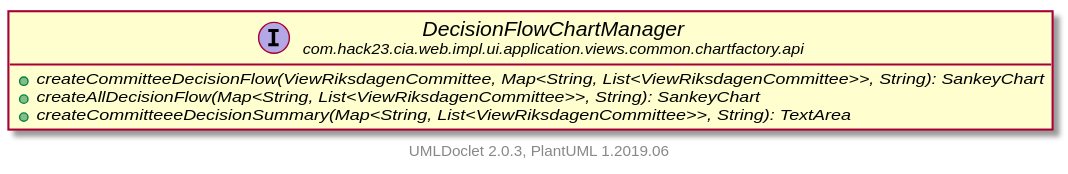
Earlier version of the PlantUML export testapidocs/com/hack23/cia/web/impl/ui/application/views/common/chartfactory/api/DecisionFlowChartManager.svg (Hack23/cia). The source it was exported from:
```plantuml
@startuml
    set namespaceSeparator none
    hide empty fields
    hide empty methods

    interface "<size:14>DecisionFlowChartManager\n<size:10>com.hack23.cia.web.impl.ui.application.views.common.chartfactory.api" as com.hack23.cia.web.impl.ui.application.views.common.chartfactory.api.DecisionFlowChartManager [[DecisionFlowChartManager.html]] {
        {abstract} +createCommitteeDecisionFlow(ViewRiksdagenCommittee, Map<String, List<ViewRiksdagenCommittee>>, String): SankeyChart
        {abstract} +createAllDecisionFlow(Map<String, List<ViewRiksdagenCommittee>>, String): SankeyChart
        {abstract} +createCommitteeeDecisionSummary(Map<String, List<ViewRiksdagenCommittee>>, String): TextArea
    }

    center footer UMLDoclet 2.0.3, PlantUML 1.2019.06
@enduml
```
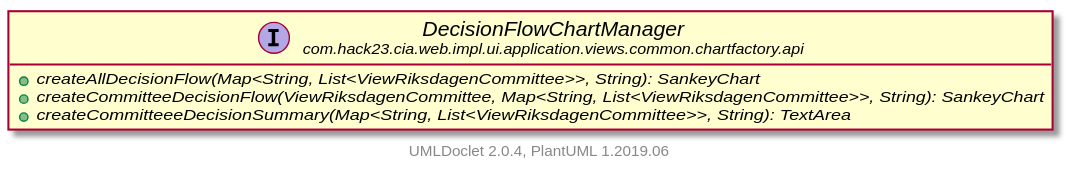
After the commit.

The edit, as a diff of the source:
```diff
@@ -4,10 +4,10 @@
     hide empty methods
 
     interface "<size:14>DecisionFlowChartManager\n<size:10>com.hack23.cia.web.impl.ui.application.views.common.chartfactory.api" as com.hack23.cia.web.impl.ui.application.views.common.chartfactory.api.DecisionFlowChartManager [[DecisionFlowChartManager.html]] {
+        {abstract} +createAllDecisionFlow(Map<String, List<ViewRiksdagenCommittee>>, String): SankeyChart
         {abstract} +createCommitteeDecisionFlow(ViewRiksdagenCommittee, Map<String, List<ViewRiksdagenCommittee>>, String): SankeyChart
-        {abstract} +createAllDecisionFlow(Map<String, List<ViewRiksdagenCommittee>>, String): SankeyChart
         {abstract} +createCommitteeeDecisionSummary(Map<String, List<ViewRiksdagenCommittee>>, String): TextArea
     }
 
-    center footer UMLDoclet 2.0.3, PlantUML 1.2019.06
+    center footer UMLDoclet 2.0.4, PlantUML 1.2019.06
 @enduml
```
